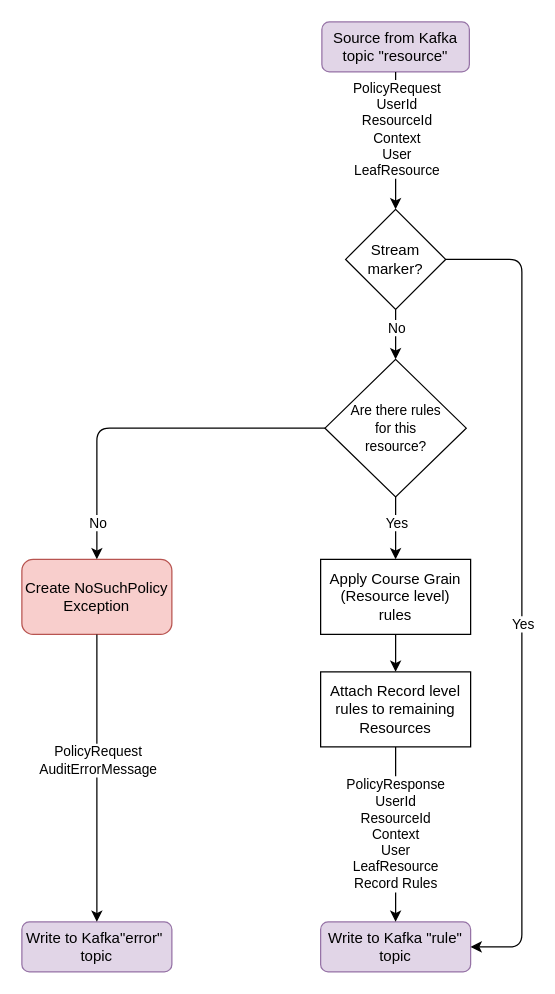
The draw.io diagram policy-service/doc/policy-service.drawio in gchq/Palisade-services, before the edit. Source tidied: cells renumbered, new cells numbered last; positions are measured from the earlier drawing's top-left corner, leaving out a move shared by most shapes. Both pictures are drawn from the tidied source at 125%, with x=0, y=0 at pixel (21, 21).
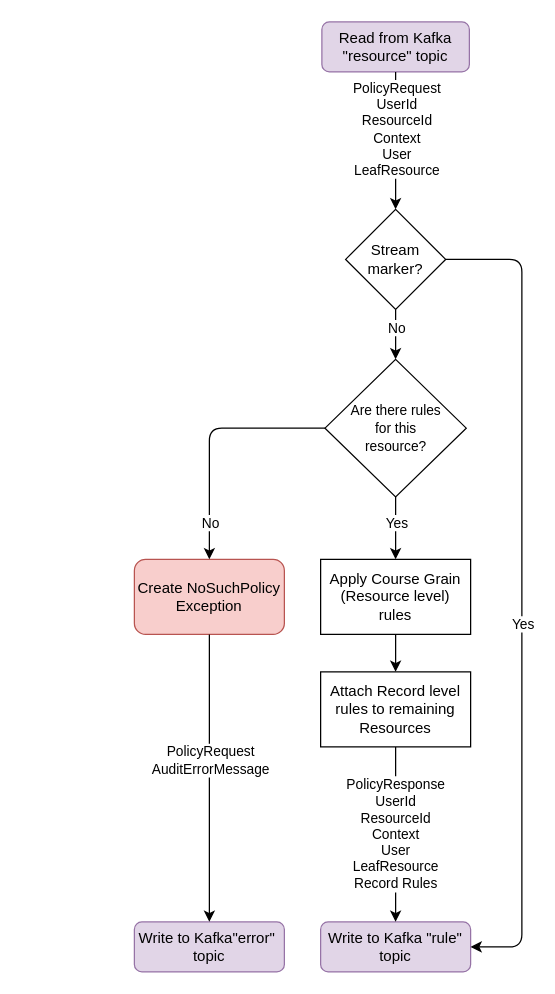
The same page after the edit.

The change refers to these unchanged cells:
```xml
<mxCell id="6" value="&lt;font style=&quot;font-size: 11px&quot;&gt;Are there rules &lt;br&gt;for this &lt;br&gt;resource?&lt;/font&gt;" style="rhombus;whiteSpace=wrap;html=1;" parent="1" vertex="1">
  <mxGeometry x="242.5" y="270" width="113" height="110" as="geometry" />
</mxCell>
```

Diff of the diagram source:
```diff
@@
-    <mxCell id="2" value="Source from Kafka topic &quot;resource&quot;" style="rounded=1;whiteSpace=wrap;html=1;fillColor=#e1d5e7;strokeColor=#9673a6;" parent="1" vertex="1">
+    <mxCell id="2" value="Read from Kafka &quot;resource&quot; topic" style="rounded=1;whiteSpace=wrap;html=1;fillColor=#e1d5e7;strokeColor=#9673a6;" parent="1" vertex="1">
       <mxGeometry x="240" width="118" height="40" as="geometry" />
     </mxCell>
@@
     <mxCell id="7" value="Write to Kafka&quot;error&quot;&amp;nbsp;&lt;br&gt;topic" style="rounded=1;whiteSpace=wrap;html=1;fillColor=#e1d5e7;strokeColor=#9673a6;" parent="1" vertex="1">
-      <mxGeometry y="720" width="120" height="40" as="geometry" />
+      <mxGeometry x="90" y="720" width="120" height="40" as="geometry" />
     </mxCell>
@@
     <mxCell id="19" value="Create NoSuchPolicy&lt;br&gt;Exception" style="rounded=1;whiteSpace=wrap;html=1;fillColor=#f8cecc;strokeColor=#b85450;" parent="1" vertex="1">
-      <mxGeometry y="430" width="120" height="60" as="geometry" />
+      <mxGeometry x="90" y="430" width="120" height="60" as="geometry" />
     </mxCell>
@@
     <mxCell id="22" style="endArrow=classic;html=1;exitX=0;exitY=0.5;exitDx=0;exitDy=0;entryX=0.5;entryY=0;entryDx=0;entryDy=0;" parent="1" edge="1" source="6" target="19">
       <mxGeometry relative="1" as="geometry">
         <Array as="points">
-          <mxPoint x="60" y="325" />
+          <mxPoint x="150" y="325" />
         </Array>
       </mxGeometry>
     </mxCell>
     <mxCell id="23" value="No" style="edgeLabel;html=1;align=center;verticalAlign=middle;" parent="22" vertex="1">
       <mxGeometry x="0.46" y="1" relative="1" as="geometry">
-        <mxPoint x="-1" y="48" as="offset" />
+        <mxPoint x="-1" y="24" as="offset" />
       </mxGeometry>
     </mxCell>
```
